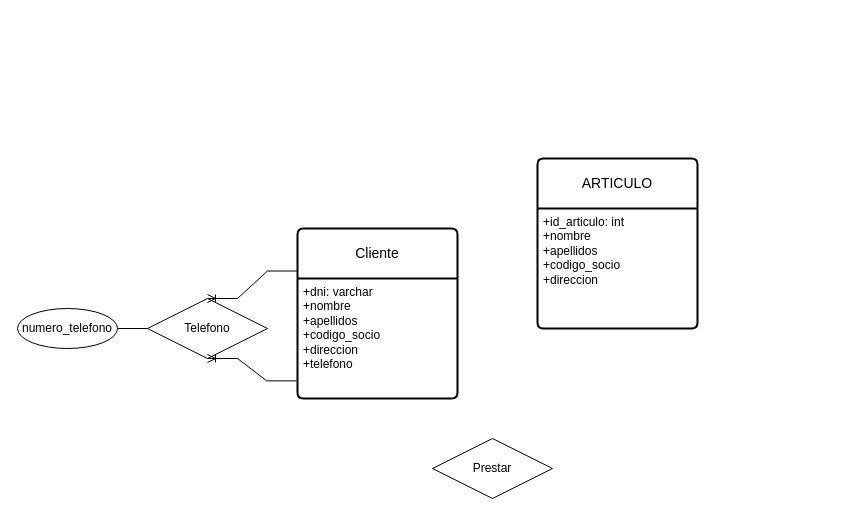
Before: ejercicio6.drawio in AsierGArranz/aga-sru-sa-t-UD12DiagramaER-11102023, a draw.io diagram. Source tidied: cells renumbered, new cells numbered last; positions are measured from the earlier drawing's top-left corner, leaving out a move shared by most shapes. Both pictures are drawn from the tidied source at 100%, with x=0, y=0 at pixel (17, 158).
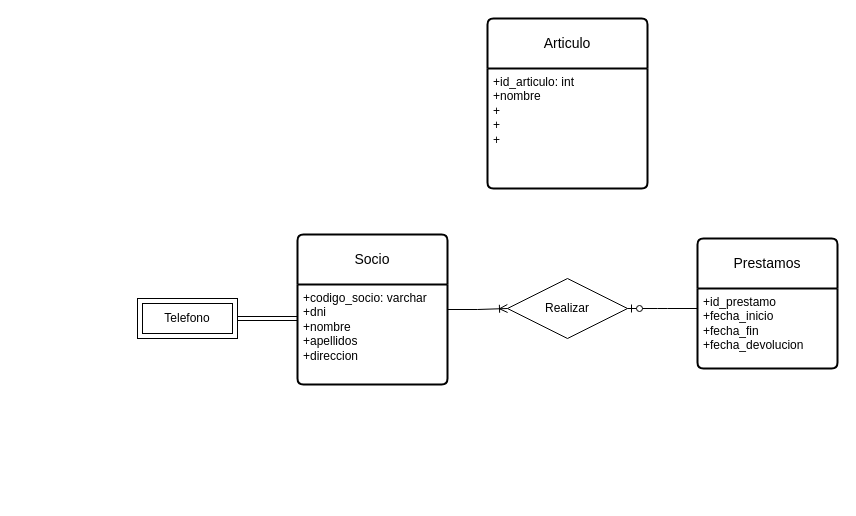
After the change.

The edit, as a diff of the source:
```diff
@@
 <mxGraphModel>
   <root>
     <mxCell id="0" />
     <mxCell id="1" parent="0" />
-    <mxCell id="2" value="Cliente" style="swimlane;horizontal=1;startSize=50;rounded=1;fontSize=14;fontStyle=0;strokeWidth=2;shadow=0;dashed=0;align=center;arcSize=4;whiteSpace=wrap;html=1;" parent="1" vertex="1">
-      <mxGeometry x="280" y="70" width="160" height="170" as="geometry" />
+    <mxCell id="2" value="Socio" style="swimlane;horizontal=1;startSize=50;rounded=1;fontSize=14;fontStyle=0;strokeWidth=2;shadow=0;dashed=0;align=center;arcSize=4;whiteSpace=wrap;html=1;" parent="1" vertex="1">
+      <mxGeometry x="280" y="76" width="150" height="150" as="geometry" />
     </mxCell>
-    <mxCell id="3" value="+dni: varchar&lt;br&gt;+nombre&lt;br&gt;+apellidos&lt;br&gt;+codigo_socio&lt;br&gt;+direccion&lt;br&gt;+telefono" style="align=left;strokeColor=none;fillColor=none;spacingLeft=4;fontSize=12;verticalAlign=top;html=1;" parent="2" vertex="1">
-      <mxGeometry y="50" width="160" height="120" as="geometry" />
+    <mxCell id="3" value="+codigo_socio: varchar&lt;br&gt;+dni&lt;br&gt;+nombre&lt;br&gt;+apellidos&lt;br&gt;+direccion" style="align=left;strokeColor=none;fillColor=none;spacingLeft=4;fontSize=12;verticalAlign=top;html=1;" parent="2" vertex="1">
+      <mxGeometry y="50" width="150" height="100" as="geometry" />
     </mxCell>
-    <mxCell id="4" value="Telefono" style="shape=rhombus;perimeter=rhombusPerimeter;whiteSpace=wrap;html=1;align=center;" parent="1" vertex="1">
-      <mxGeometry x="130" y="140" width="120" height="60" as="geometry" />
-    </mxCell>
-    <mxCell id="5" value="numero_telefono" style="ellipse;whiteSpace=wrap;html=1;align=center;" parent="1" vertex="1">
-      <mxGeometry y="150" width="100" height="40" as="geometry" />
-    </mxCell>
-    <mxCell id="6" style="endArrow=none;html=1;rounded=0;exitX=1;exitY=0.5;exitDx=0;exitDy=0;entryX=0;entryY=0.5;entryDx=0;entryDy=0;" parent="1" edge="1" source="5" target="4">
-      <mxGeometry relative="1" as="geometry" />
-    </mxCell>
-    <mxCell id="7" style="edgeStyle=entityRelationEdgeStyle;fontSize=12;html=1;endArrow=ERoneToMany;rounded=0;exitX=0;exitY=0.25;exitDx=0;exitDy=0;entryX=0.5;entryY=0;entryDx=0;entryDy=0;" parent="1" edge="1" source="2" target="4">
-      <mxGeometry relative="1" as="geometry" />
-    </mxCell>
-    <mxCell id="8" style="edgeStyle=entityRelationEdgeStyle;fontSize=12;html=1;endArrow=ERoneToMany;rounded=0;exitX=-0.005;exitY=0.853;exitDx=0;exitDy=0;entryX=0.5;entryY=1;entryDx=0;entryDy=0;exitPerimeter=0;" parent="1" edge="1" source="3" target="4">
-      <mxGeometry relative="1" as="geometry" />
-    </mxCell>
-    <mxCell id="9" value="ARTICULO" style="swimlane;horizontal=1;startSize=50;rounded=1;fontSize=14;fontStyle=0;strokeWidth=2;shadow=0;dashed=0;align=center;arcSize=4;whiteSpace=wrap;html=1;" parent="1" vertex="1">
-      <mxGeometry x="520" width="160" height="170" as="geometry" />
+    <mxCell id="9" value="Articulo" style="swimlane;horizontal=1;startSize=50;rounded=1;fontSize=14;fontStyle=0;strokeWidth=2;shadow=0;dashed=0;align=center;arcSize=4;whiteSpace=wrap;html=1;" parent="1" vertex="1">
+      <mxGeometry x="470" y="-140" width="160" height="170" as="geometry" />
     </mxCell>
-    <mxCell id="10" value="+id_articulo: int&lt;br&gt;+nombre&lt;br&gt;+apellidos&lt;br&gt;+codigo_socio&lt;br&gt;+direccion" style="align=left;strokeColor=none;fillColor=none;spacingLeft=4;fontSize=12;verticalAlign=top;html=1;" parent="9" vertex="1">
+    <mxCell id="10" value="+id_articulo: int&lt;br&gt;+nombre&lt;br&gt;+&lt;br&gt;+&lt;br&gt;+" style="align=left;strokeColor=none;fillColor=none;spacingLeft=4;fontSize=12;verticalAlign=top;html=1;" parent="9" vertex="1">
       <mxGeometry y="50" width="160" height="120" as="geometry" />
     </mxCell>
-    <mxCell id="11" value="Prestar" style="shape=rhombus;perimeter=rhombusPerimeter;whiteSpace=wrap;html=1;align=center;" parent="1" vertex="1">
-      <mxGeometry x="415" y="280" width="120" height="60" as="geometry" />
+    <mxCell id="11" value="Realizar" style="shape=rhombus;perimeter=rhombusPerimeter;whiteSpace=wrap;html=1;align=center;" parent="1" vertex="1">
+      <mxGeometry x="490" y="120" width="120" height="60" as="geometry" />
     </mxCell>
+    <mxCell id="4" value="Telefono" style="shape=ext;margin=3;double=1;whiteSpace=wrap;html=1;align=center;" parent="1" vertex="1">
+      <mxGeometry x="120" y="140" width="100" height="40" as="geometry" />
+    </mxCell>
+    <mxCell id="12" style="shape=link;html=1;rounded=0;exitX=1;exitY=0.5;exitDx=0;exitDy=0;entryX=0;entryY=0.34;entryDx=0;entryDy=0;entryPerimeter=0;" parent="1" edge="1" source="4" target="3">
+      <mxGeometry relative="1" as="geometry" />
+    </mxCell>
+    <mxCell id="13" value="Prestamos" style="swimlane;horizontal=1;startSize=50;rounded=1;fontSize=14;fontStyle=0;strokeWidth=2;shadow=0;dashed=0;align=center;arcSize=4;whiteSpace=wrap;html=1;" parent="1" vertex="1">
+      <mxGeometry x="680" y="80" width="140" height="130" as="geometry" />
+    </mxCell>
+    <mxCell id="14" value="+id_prestamo&lt;br&gt;+fecha_inicio&lt;br&gt;+fecha_fin&lt;br&gt;+fecha_devolucion" style="align=left;strokeColor=none;fillColor=none;spacingLeft=4;fontSize=12;verticalAlign=top;html=1;" parent="13" vertex="1">
+      <mxGeometry y="50" width="140" height="80" as="geometry" />
+    </mxCell>
+    <mxCell id="15" style="edgeStyle=entityRelationEdgeStyle;fontSize=12;html=1;endArrow=ERoneToMany;rounded=0;exitX=1;exitY=0.25;exitDx=0;exitDy=0;" parent="1" edge="1" source="3" target="11">
+      <mxGeometry relative="1" as="geometry" />
+    </mxCell>
+    <mxCell id="16" style="edgeStyle=entityRelationEdgeStyle;fontSize=12;html=1;endArrow=ERzeroToOne;endFill=1;rounded=0;entryX=1;entryY=0.5;entryDx=0;entryDy=0;exitX=0;exitY=0.25;exitDx=0;exitDy=0;" parent="1" edge="1" source="14" target="11">
+      <mxGeometry relative="1" as="geometry" />
+    </mxCell>
   </root>
 </mxGraphModel>
```
